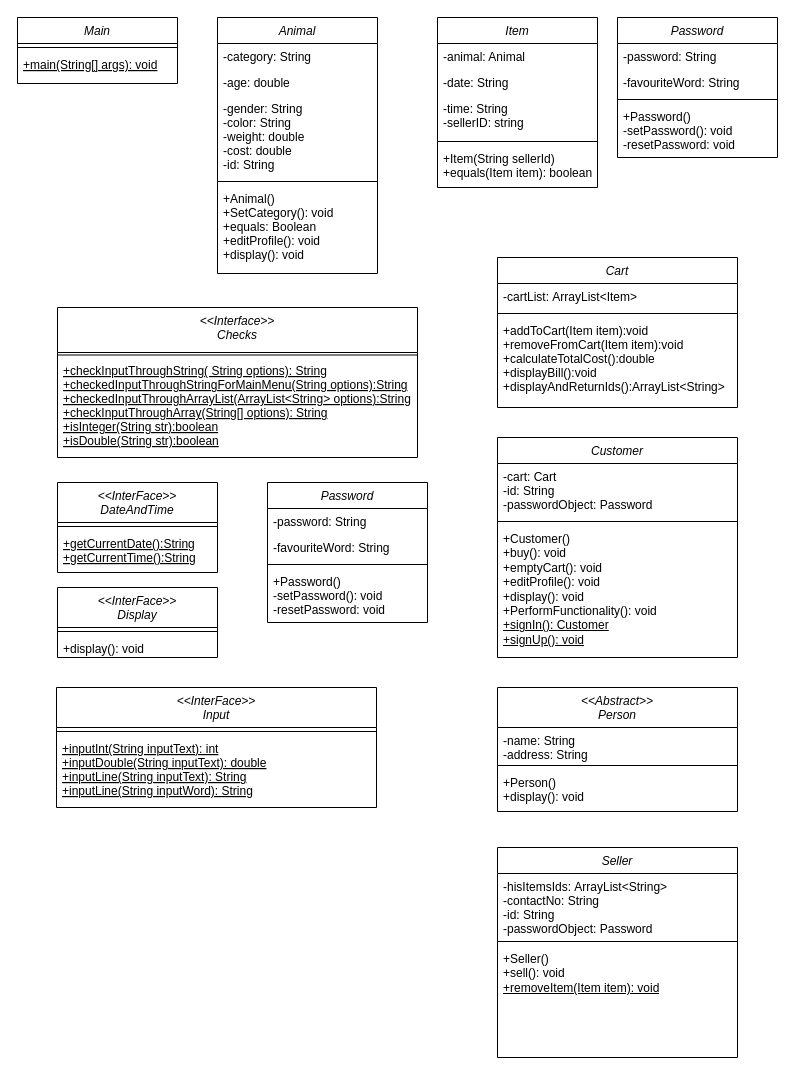
Before: Diagram/ Analys_reflektion.drawio in GitoPot/Analys_reflektion, a draw.io diagram. Source tidied: cells renumbered, new cells numbered last; positions are measured from the earlier drawing's top-left corner, leaving out a move shared by most shapes. Both pictures are drawn from the tidied source at 100%, with x=0, y=0 at pixel (17, 17).
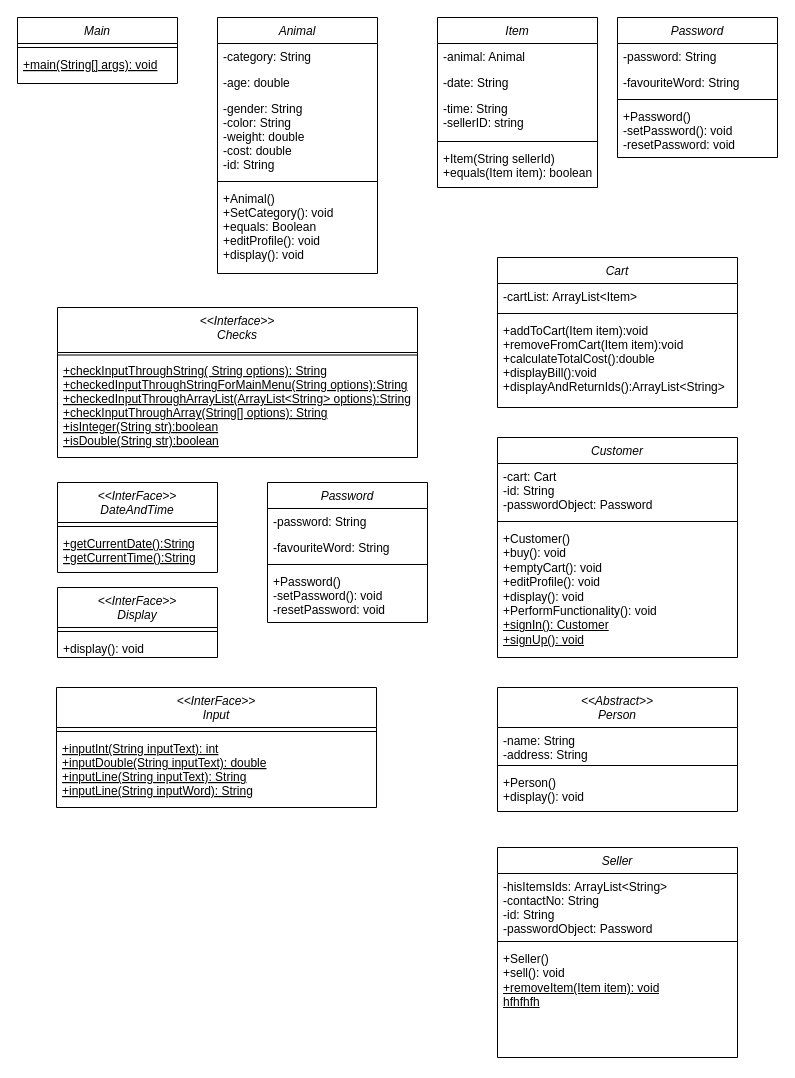
After the change.

The change refers to these unchanged cells:
```xml
<mxCell id="38" value="Seller" style="swimlane;fontStyle=2;align=center;verticalAlign=top;horizontal=1;startSize=26;rounded=0;shadow=0;strokeWidth=1;" parent="1" vertex="1">
  <mxGeometry x="480" y="830" width="240" height="210" as="geometry" />
</mxCell>
```

What changed in the source:
```diff
@@
-    <mxCell id="41" value="+Seller()&lt;br&gt;+sell(): void&lt;br&gt;&lt;u&gt;+removeItem(Item item): void&lt;/u&gt;" style="text;align=left;verticalAlign=top;spacingLeft=4;spacingRight=4;overflow=hidden;html=1;" parent="38" vertex="1">
+    <mxCell id="41" value="+Seller()&lt;br&gt;+sell(): void&lt;br&gt;&lt;u&gt;+removeItem(Item item): void&lt;br&gt;hfhfhfh&lt;br&gt;&lt;/u&gt;" style="text;align=left;verticalAlign=top;spacingLeft=4;spacingRight=4;overflow=hidden;html=1;" parent="38" vertex="1">
       <mxGeometry y="98" width="240" height="112" as="geometry" />
     </mxCell>
```
